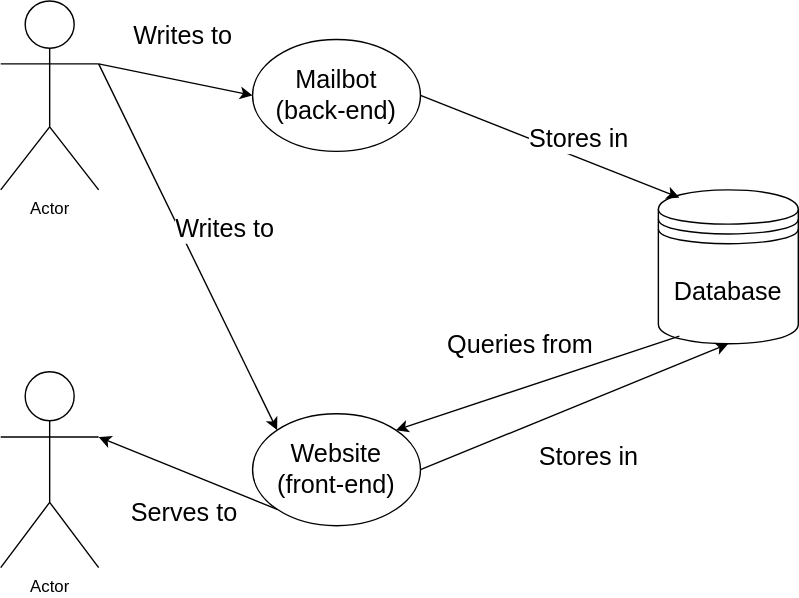
Before: Documentatie/diagrams/diagram1.svg, a diagram exported from draw.io (CorinaDimitriu/Proiect-EMPub-Tehnologii-Web). Source tidied: cells renumbered, new cells last; positions are measured from the earlier drawing's top-left corner, leaving out a move shared by most shapes.
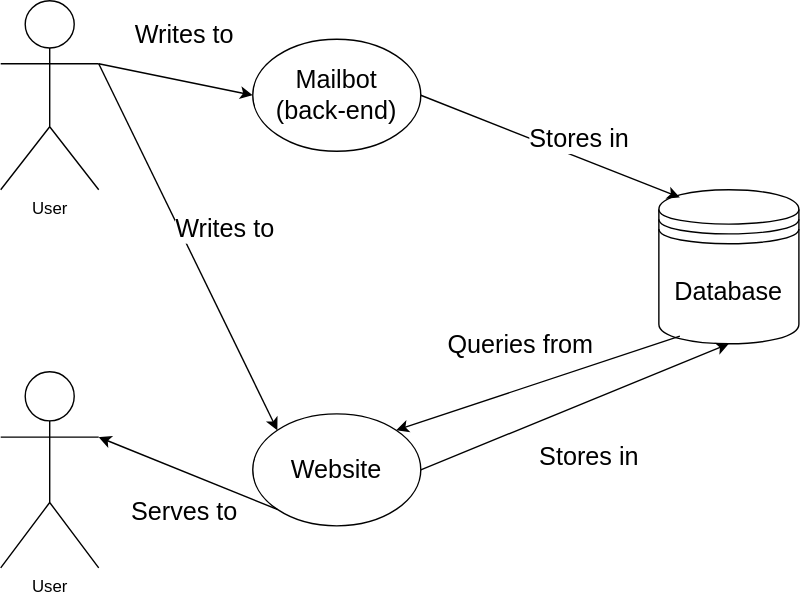
The same diagram one commit later.

Diff of the diagram source:
```diff
@@ -2,16 +2,16 @@
   <root>
     <mxCell id="0" />
     <mxCell id="1" parent="0" />
-    <mxCell id="2" value="Actor" style="shape=umlActor;verticalLabelPosition=bottom;verticalAlign=top;html=1;outlineConnect=0;" parent="1" vertex="1">
+    <mxCell id="2" value="User" style="shape=umlActor;verticalLabelPosition=bottom;verticalAlign=top;html=1;outlineConnect=0;" parent="1" vertex="1">
       <mxGeometry width="70" height="135" as="geometry" />
     </mxCell>
-    <mxCell id="3" value="Actor" style="shape=umlActor;verticalLabelPosition=bottom;verticalAlign=top;html=1;outlineConnect=0;" parent="1" vertex="1">
+    <mxCell id="3" value="User" style="shape=umlActor;verticalLabelPosition=bottom;verticalAlign=top;html=1;outlineConnect=0;" parent="1" vertex="1">
       <mxGeometry y="265" width="70" height="140" as="geometry" />
     </mxCell>
     <mxCell id="4" value="&lt;font style=&quot;font-size: 18px&quot;&gt;Mailbot&lt;br&gt;(back-end)&lt;br&gt;&lt;/font&gt;" style="ellipse;whiteSpace=wrap;html=1;" parent="1" vertex="1">
       <mxGeometry x="180" y="27.5" width="120" height="80" as="geometry" />
     </mxCell>
-    <mxCell id="5" value="&lt;font style=&quot;font-size: 18px&quot;&gt;Website&lt;br&gt;(front-end)&lt;br&gt;&lt;/font&gt;" style="ellipse;whiteSpace=wrap;html=1;" parent="1" vertex="1">
+    <mxCell id="5" value="&lt;font style=&quot;font-size: 18px&quot;&gt;Website&lt;br&gt;&lt;/font&gt;" style="ellipse;whiteSpace=wrap;html=1;" parent="1" vertex="1">
       <mxGeometry x="180" y="295" width="120" height="80" as="geometry" />
     </mxCell>
     <mxCell id="6" value="&lt;font style=&quot;font-size: 18px&quot;&gt;Database&lt;/font&gt;" style="shape=datastore;whiteSpace=wrap;html=1;" parent="1" vertex="1">
```
